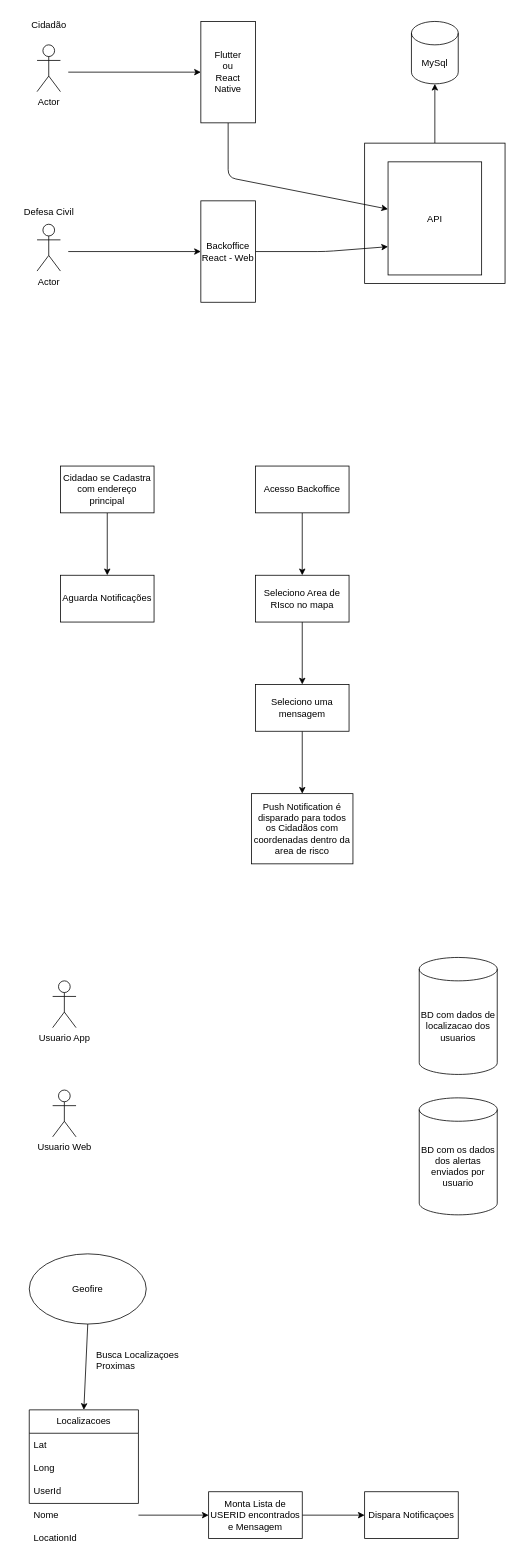
Earlier version of the draw.io diagram fluxo.drawio (frittas/PROJINT6SEM-EC). Source tidied: cells renumbered, new cells numbered last; positions are measured from the earlier drawing's top-left corner, leaving out a move shared by most shapes. Both pictures are drawn from the tidied source at 78%, with x=0, y=0 at pixel (13, 13).
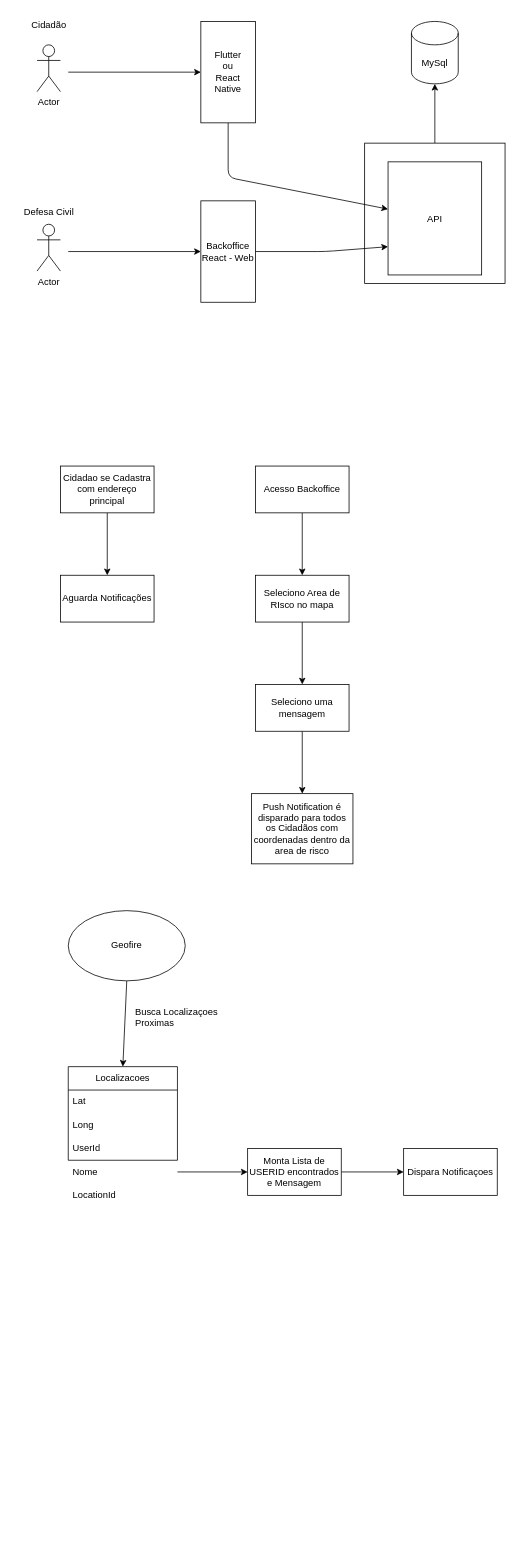
Above is the later version.

The edit, as a diff of the source:
```diff
@@
-    <mxCell id="26" value="BD com dados de localizacao dos usuarios" style="shape=cylinder3;whiteSpace=wrap;html=1;boundedLbl=1;backgroundOutline=1;size=15;" parent="1" vertex="1">
-      <mxGeometry x="520" y="1210" width="100" height="150" as="geometry" />
-    </mxCell>
-    <mxCell id="27" value="BD com os dados dos alertas enviados por usuario" style="shape=cylinder3;whiteSpace=wrap;html=1;boundedLbl=1;backgroundOutline=1;size=15;" parent="1" vertex="1">
-      <mxGeometry x="520" y="1390" width="100" height="150" as="geometry" />
-    </mxCell>
-    <mxCell id="28" value="Usuario App" style="shape=umlActor;verticalLabelPosition=bottom;verticalAlign=top;html=1;" parent="1" vertex="1">
-      <mxGeometry x="50" y="1240" width="30" height="60" as="geometry" />
-    </mxCell>
-    <mxCell id="29" value="Usuario Web" style="shape=umlActor;verticalLabelPosition=bottom;verticalAlign=top;html=1;" parent="1" vertex="1">
-      <mxGeometry x="50" y="1380" width="30" height="60" as="geometry" />
-    </mxCell>
     <mxCell id="30" value="Localizacoes" style="swimlane;fontStyle=0;horizontal=1;startSize=30;whiteSpace=wrap;html=1;" parent="1" vertex="1">
-      <mxGeometry x="20" y="1790" width="140" height="120" as="geometry" />
+      <mxGeometry x="70" y="1350" width="140" height="120" as="geometry" />
     </mxCell>
@@
     <mxCell id="35" value="Nome" style="text;strokeColor=none;fillColor=none;align=left;verticalAlign=middle;spacingLeft=4;spacingRight=4;overflow=hidden;points=[[0,0.5],[1,0.5]];portConstraint=eastwest;whiteSpace=wrap;html=1;" parent="1" vertex="1">
-      <mxGeometry x="20" y="1910" width="140" height="30" as="geometry" />
+      <mxGeometry x="70" y="1470" width="140" height="30" as="geometry" />
     </mxCell>
     <mxCell id="36" value="LocationId" style="text;strokeColor=none;fillColor=none;align=left;verticalAlign=middle;spacingLeft=4;spacingRight=4;overflow=hidden;whiteSpace=wrap;html=1;" parent="1" vertex="1">
-      <mxGeometry x="20" y="1940" width="140" height="30" as="geometry" />
+      <mxGeometry x="70" y="1500" width="140" height="30" as="geometry" />
     </mxCell>
@@
     <mxCell id="38" value="Geofire" style="ellipse;whiteSpace=wrap;html=1;" parent="1" vertex="1">
-      <mxGeometry x="20" y="1590" width="150" height="90" as="geometry" />
+      <mxGeometry x="70" y="1150" width="150" height="90" as="geometry" />
     </mxCell>
     <mxCell id="39" value="Busca Localizaçoes Proximas" style="text;strokeColor=none;fillColor=none;align=left;verticalAlign=middle;spacingLeft=4;spacingRight=4;overflow=hidden;whiteSpace=wrap;html=1;" parent="1" vertex="1">
-      <mxGeometry x="100" y="1710" width="140" height="30" as="geometry" />
+      <mxGeometry x="150" y="1270" width="140" height="30" as="geometry" />
     </mxCell>
@@
     <mxCell id="41" value="Monta Lista de USERID encontrados e Mensagem" style="whiteSpace=wrap;html=1;" parent="1" vertex="1">
-      <mxGeometry x="250" y="1895" width="120" height="60" as="geometry" />
+      <mxGeometry x="300" y="1455" width="120" height="60" as="geometry" />
     </mxCell>
     <mxCell id="42" value="Dispara Notificaçoes" style="whiteSpace=wrap;html=1;" parent="1" vertex="1">
-      <mxGeometry x="450" y="1895" width="120" height="60" as="geometry" />
+      <mxGeometry x="500" y="1455" width="120" height="60" as="geometry" />
     </mxCell>
```
